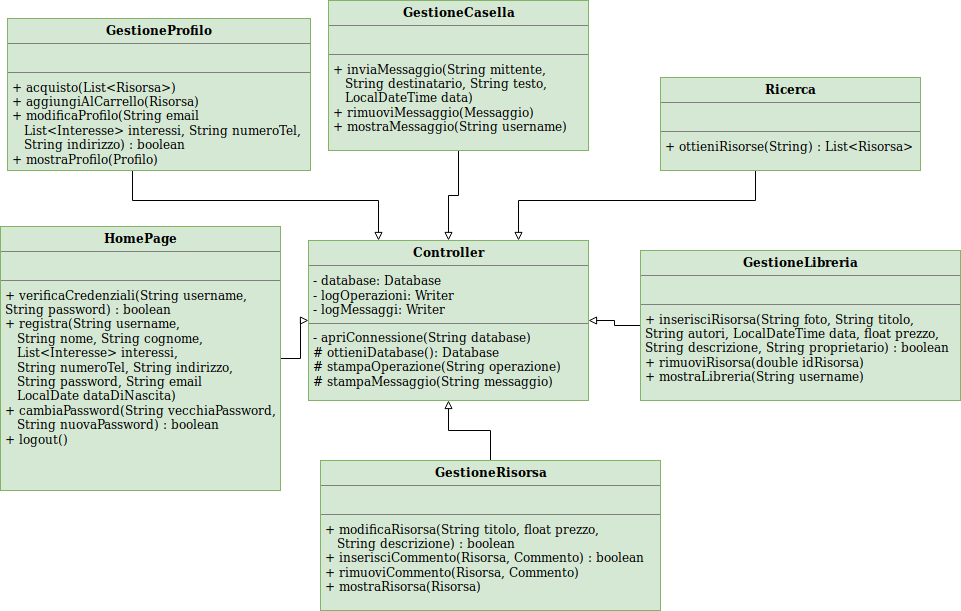
Before: Reingegnerizzazione/dettaglioServer.png, a diagram exported from draw.io (SundavarBlaka/Alexandria). Source tidied: cells renumbered, new cells last; positions are measured from the earlier drawing's top-left corner, leaving out a move shared by most shapes.
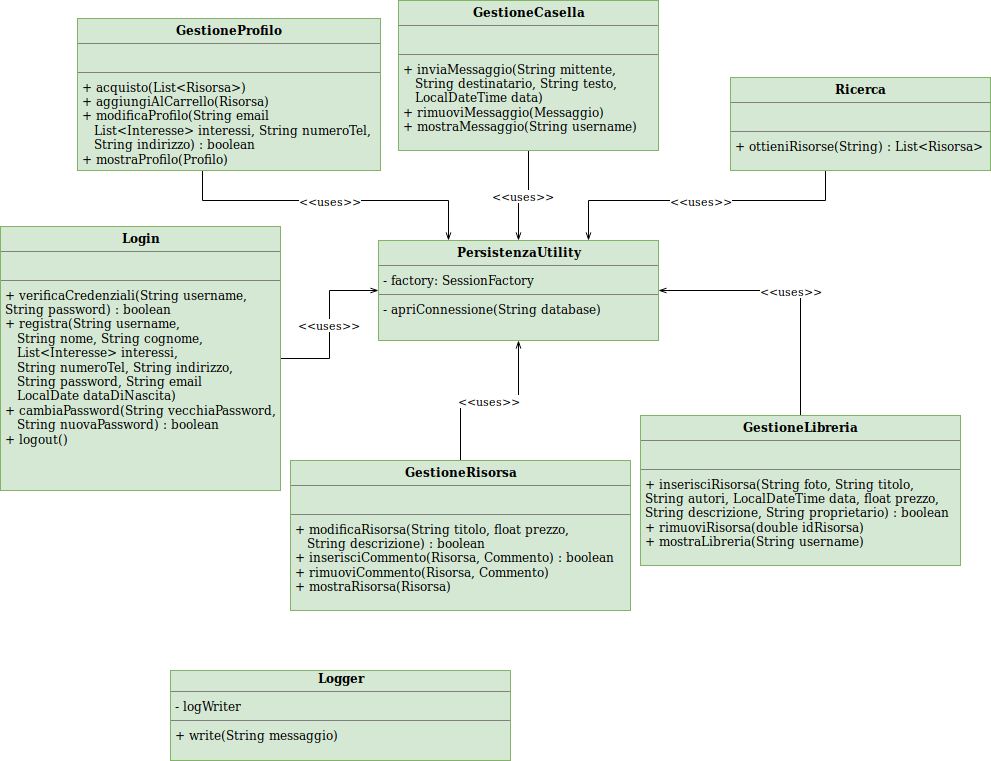
Above is the later version.

What changed in the source:
```diff
@@ -2,10 +2,10 @@
   <root>
     <mxCell id="0" />
     <mxCell id="1" parent="0" />
-    <mxCell id="2" value="&lt;p style=&quot;margin: 0px ; margin-top: 4px ; text-align: center&quot;&gt;&lt;b&gt;Controller&lt;/b&gt;&lt;/p&gt;&lt;hr size=&quot;1&quot;&gt;&lt;p style=&quot;margin: 0px ; margin-left: 4px&quot;&gt;- database: Database&lt;/p&gt;&lt;p style=&quot;margin: 0px ; margin-left: 4px&quot;&gt;- logOperazioni: Writer&lt;/p&gt;&lt;p style=&quot;margin: 0px ; margin-left: 4px&quot;&gt;- logMessaggi: Writer&lt;/p&gt;&lt;hr size=&quot;1&quot;&gt;&lt;p style=&quot;margin: 0px ; margin-left: 4px&quot;&gt;- apriConnessione(String database)&lt;/p&gt;&lt;p style=&quot;margin: 0px ; margin-left: 4px&quot;&gt;# ottieniDatabase(): Database&lt;/p&gt;&lt;p style=&quot;margin: 0px ; margin-left: 4px&quot;&gt;# stampaOperazione(String operazione)&lt;/p&gt;&lt;p style=&quot;margin: 0px ; margin-left: 4px&quot;&gt;# stampaMessaggio(String messaggio)&lt;/p&gt;" style="verticalAlign=top;align=left;overflow=fill;fontSize=12;fontFamily=Helvetica;html=1;fillColor=#d5e8d4;strokeColor=#82b366;" parent="1" vertex="1">
-      <mxGeometry x="308" y="240" width="280" height="160" as="geometry" />
+    <mxCell id="2" value="&lt;p style=&quot;margin: 0px ; margin-top: 4px ; text-align: center&quot;&gt;&lt;b&gt;PersistenzaUtility&lt;/b&gt;&lt;/p&gt;&lt;hr size=&quot;1&quot;&gt;&lt;p style=&quot;margin: 0px ; margin-left: 4px&quot;&gt;- factory: SessionFactory&lt;br&gt;&lt;/p&gt;&lt;hr size=&quot;1&quot;&gt;&lt;p style=&quot;margin: 0px ; margin-left: 4px&quot;&gt;- apriConnessione(String database)&lt;/p&gt;" style="verticalAlign=top;align=left;overflow=fill;fontSize=12;fontFamily=Helvetica;html=1;fillColor=#d5e8d4;strokeColor=#82b366;" parent="1" vertex="1">
+      <mxGeometry x="308" y="240" width="280" height="100" as="geometry" />
     </mxCell>
-    <mxCell id="3" style="edgeStyle=orthogonalEdgeStyle;rounded=0;jettySize=auto;html=1;entryX=0.75;entryY=0;entryDx=0;entryDy=0;endArrow=block;endFill=0;" parent="1" edge="1" source="4" target="2">
+    <mxCell id="3" value="&amp;lt;&amp;lt;uses&amp;gt;&amp;gt;" style="edgeStyle=orthogonalEdgeStyle;rounded=0;jettySize=auto;html=1;entryX=0.75;entryY=0;entryDx=0;entryDy=0;endArrow=openThin;endFill=0;" parent="1" edge="1" source="4" target="2">
       <mxGeometry relative="1" as="geometry">
         <Array as="points">
           <mxPoint x="755" y="200" />
@@ -16,13 +16,13 @@
     <mxCell id="4" value="&lt;p style=&quot;margin: 0px ; margin-top: 4px ; text-align: center&quot;&gt;&lt;b&gt;Ricerca&lt;/b&gt;&lt;/p&gt;&lt;hr size=&quot;1&quot;&gt;&lt;p style=&quot;margin: 0px ; margin-left: 4px&quot;&gt;&lt;br&gt;&lt;/p&gt;&lt;hr size=&quot;1&quot;&gt;&lt;p style=&quot;margin: 0px ; margin-left: 4px&quot;&gt;+ ottieniRisorse(String) : List&amp;lt;Risorsa&amp;gt;&lt;br&gt;&lt;/p&gt;" style="verticalAlign=top;align=left;overflow=fill;fontSize=12;fontFamily=Helvetica;html=1;fillColor=#d5e8d4;strokeColor=#82b366;" parent="1" vertex="1">
       <mxGeometry x="660" y="77" width="260" height="93" as="geometry" />
     </mxCell>
-    <mxCell id="5" style="edgeStyle=orthogonalEdgeStyle;rounded=0;jettySize=auto;html=1;endArrow=block;endFill=0;" parent="1" edge="1" source="6" target="2">
+    <mxCell id="5" value="&amp;lt;&amp;lt;uses&amp;gt;&amp;gt;" style="edgeStyle=orthogonalEdgeStyle;rounded=0;jettySize=auto;html=1;endArrow=openThin;endFill=0;" parent="1" edge="1" source="6" target="2">
       <mxGeometry relative="1" as="geometry" />
     </mxCell>
-    <mxCell id="6" value="&lt;p style=&quot;margin: 0px ; margin-top: 4px ; text-align: center&quot;&gt;&lt;b&gt;HomePage&lt;/b&gt;&lt;/p&gt;&lt;hr size=&quot;1&quot;&gt;&lt;p style=&quot;margin: 0px ; margin-left: 4px&quot;&gt;&lt;br&gt;&lt;/p&gt;&lt;hr size=&quot;1&quot;&gt;&lt;p style=&quot;margin: 0px ; margin-left: 4px&quot;&gt;+ verificaCredenziali(String username,&lt;/p&gt;&lt;p style=&quot;margin: 0px ; margin-left: 4px&quot;&gt;String password) : boolean&lt;br&gt;&lt;/p&gt;&lt;p style=&quot;margin: 0px ; margin-left: 4px&quot;&gt;&lt;span&gt;+ registra(String username, &lt;br&gt;&lt;/span&gt;&lt;/p&gt;&lt;p style=&quot;margin: 0px ; margin-left: 4px&quot;&gt;&lt;span&gt;&amp;nbsp;&amp;nbsp; String nome, String cognome, &lt;br&gt;&lt;/span&gt;&lt;/p&gt;&lt;p style=&quot;margin: 0px ; margin-left: 4px&quot;&gt;&lt;span&gt;&amp;nbsp;&amp;nbsp; List&amp;lt;Interesse&amp;gt; interessi,&lt;/span&gt;&lt;/p&gt;&lt;p style=&quot;margin: 0px ; margin-left: 4px&quot;&gt;&lt;span&gt;&amp;nbsp;&amp;nbsp; String numeroTel, String indirizzo, &lt;br&gt;&lt;/span&gt;&lt;/p&gt;&lt;p style=&quot;margin: 0px ; margin-left: 4px&quot;&gt;&lt;span&gt;&amp;nbsp;&amp;nbsp; String password, String email&lt;br&gt;&lt;/span&gt;&lt;/p&gt;&lt;p style=&quot;margin: 0px ; margin-left: 4px&quot;&gt;&lt;span&gt;&amp;nbsp;&amp;nbsp; LocalDate dataDiNascita)&lt;/span&gt;&lt;/p&gt;&lt;p style=&quot;margin: 0px ; margin-left: 4px&quot;&gt;+ cambiaPassword(String vecchiaPassword,&lt;/p&gt;&lt;p style=&quot;margin: 0px ; margin-left: 4px&quot;&gt;&amp;nbsp;&amp;nbsp; String nuovaPassword) : boolean&lt;br&gt;&lt;/p&gt;&lt;p style=&quot;margin: 0px ; margin-left: 4px&quot;&gt;+ logout()&lt;/p&gt;" style="verticalAlign=top;align=left;overflow=fill;fontSize=12;fontFamily=Helvetica;html=1;fillColor=#d5e8d4;strokeColor=#82b366;" parent="1" vertex="1">
-      <mxGeometry y="226" width="280" height="264" as="geometry" />
+    <mxCell id="6" value="&lt;p style=&quot;margin: 0px ; margin-top: 4px ; text-align: center&quot;&gt;&lt;b&gt;Login&lt;/b&gt;&lt;/p&gt;&lt;hr size=&quot;1&quot;&gt;&lt;p style=&quot;margin: 0px ; margin-left: 4px&quot;&gt;&lt;br&gt;&lt;/p&gt;&lt;hr size=&quot;1&quot;&gt;&lt;p style=&quot;margin: 0px ; margin-left: 4px&quot;&gt;+ verificaCredenziali(String username,&lt;/p&gt;&lt;p style=&quot;margin: 0px ; margin-left: 4px&quot;&gt;String password) : boolean&lt;br&gt;&lt;/p&gt;&lt;p style=&quot;margin: 0px ; margin-left: 4px&quot;&gt;&lt;span&gt;+ registra(String username, &lt;br&gt;&lt;/span&gt;&lt;/p&gt;&lt;p style=&quot;margin: 0px ; margin-left: 4px&quot;&gt;&lt;span&gt;&amp;nbsp;&amp;nbsp; String nome, String cognome, &lt;br&gt;&lt;/span&gt;&lt;/p&gt;&lt;p style=&quot;margin: 0px ; margin-left: 4px&quot;&gt;&lt;span&gt;&amp;nbsp;&amp;nbsp; List&amp;lt;Interesse&amp;gt; interessi,&lt;/span&gt;&lt;/p&gt;&lt;p style=&quot;margin: 0px ; margin-left: 4px&quot;&gt;&lt;span&gt;&amp;nbsp;&amp;nbsp; String numeroTel, String indirizzo, &lt;br&gt;&lt;/span&gt;&lt;/p&gt;&lt;p style=&quot;margin: 0px ; margin-left: 4px&quot;&gt;&lt;span&gt;&amp;nbsp;&amp;nbsp; String password, String email&lt;br&gt;&lt;/span&gt;&lt;/p&gt;&lt;p style=&quot;margin: 0px ; margin-left: 4px&quot;&gt;&lt;span&gt;&amp;nbsp;&amp;nbsp; LocalDate dataDiNascita)&lt;/span&gt;&lt;/p&gt;&lt;p style=&quot;margin: 0px ; margin-left: 4px&quot;&gt;+ cambiaPassword(String vecchiaPassword,&lt;/p&gt;&lt;p style=&quot;margin: 0px ; margin-left: 4px&quot;&gt;&amp;nbsp;&amp;nbsp; String nuovaPassword) : boolean&lt;br&gt;&lt;/p&gt;&lt;p style=&quot;margin: 0px ; margin-left: 4px&quot;&gt;+ logout()&lt;/p&gt;" style="verticalAlign=top;align=left;overflow=fill;fontSize=12;fontFamily=Helvetica;html=1;fillColor=#d5e8d4;strokeColor=#82b366;" parent="1" vertex="1">
+      <mxGeometry x="-70" y="226" width="280" height="264" as="geometry" />
     </mxCell>
-    <mxCell id="7" style="edgeStyle=orthogonalEdgeStyle;rounded=0;jettySize=auto;html=1;entryX=0.25;entryY=0;entryDx=0;entryDy=0;endArrow=block;endFill=0;" parent="1" edge="1" source="8" target="2">
+    <mxCell id="7" value="&amp;lt;&amp;lt;uses&amp;gt;&amp;gt;" style="edgeStyle=orthogonalEdgeStyle;rounded=0;jettySize=auto;html=1;entryX=0.25;entryY=0;entryDx=0;entryDy=0;endArrow=openThin;endFill=0;" parent="1" edge="1" source="8" target="2">
       <mxGeometry relative="1" as="geometry">
         <Array as="points">
           <mxPoint x="132" y="200" />
@@ -33,23 +33,26 @@
     <mxCell id="8" value="&lt;p style=&quot;margin: 0px ; margin-top: 4px ; text-align: center&quot;&gt;&lt;b&gt;GestioneProfilo&lt;/b&gt;&lt;/p&gt;&lt;hr size=&quot;1&quot;&gt;&lt;p style=&quot;margin: 0px ; margin-left: 4px&quot;&gt;&lt;br&gt;&lt;/p&gt;&lt;hr size=&quot;1&quot;&gt;&lt;p style=&quot;margin: 0px ; margin-left: 4px&quot;&gt;+ acquisto(List&amp;lt;Risorsa&amp;gt;)&lt;/p&gt;&lt;p style=&quot;margin: 0px ; margin-left: 4px&quot;&gt;+ aggiungiAlCarrello(Risorsa)&lt;/p&gt;&lt;p style=&quot;margin: 0px ; margin-left: 4px&quot;&gt;+ modificaProfilo(String email&amp;nbsp;&lt;/p&gt;&lt;p style=&quot;margin: 0px ; margin-left: 4px&quot;&gt;&amp;nbsp;&amp;nbsp; List&amp;lt;Interesse&amp;gt; interessi, String numeroTel,&lt;/p&gt;&lt;p style=&quot;margin: 0px ; margin-left: 4px&quot;&gt;&amp;nbsp;&amp;nbsp; String indirizzo) : boolean&lt;/p&gt;&lt;p style=&quot;margin: 0px ; margin-left: 4px&quot;&gt;+ mostraProfilo(Profilo)&lt;/p&gt;" style="verticalAlign=top;align=left;overflow=fill;fontSize=12;fontFamily=Helvetica;html=1;fillColor=#d5e8d4;strokeColor=#82b366;" parent="1" vertex="1">
       <mxGeometry x="7" y="18" width="303" height="152" as="geometry" />
     </mxCell>
-    <mxCell id="9" style="edgeStyle=orthogonalEdgeStyle;rounded=0;jettySize=auto;html=1;endArrow=block;endFill=0;" parent="1" edge="1" source="10" target="2">
+    <mxCell id="9" value="&amp;lt;&amp;lt;uses&amp;gt;&amp;gt;" style="edgeStyle=orthogonalEdgeStyle;rounded=0;jettySize=auto;html=1;endArrow=openThin;endFill=0;" parent="1" edge="1" source="10" target="2">
       <mxGeometry relative="1" as="geometry" />
     </mxCell>
     <mxCell id="10" value="&lt;p style=&quot;margin: 0px ; margin-top: 4px ; text-align: center&quot;&gt;&lt;b&gt;GestioneCasella&lt;/b&gt;&lt;/p&gt;&lt;hr size=&quot;1&quot;&gt;&lt;p style=&quot;margin: 0px ; margin-left: 4px&quot;&gt;&lt;br&gt;&lt;/p&gt;&lt;hr size=&quot;1&quot;&gt;&lt;p style=&quot;margin: 0px ; margin-left: 4px&quot;&gt;+ inviaMessaggio(String mittente,&amp;nbsp;&lt;/p&gt;&lt;p style=&quot;margin: 0px ; margin-left: 4px&quot;&gt;&amp;nbsp;&amp;nbsp; String destinatario, String testo,&lt;/p&gt;&lt;p style=&quot;margin: 0px ; margin-left: 4px&quot;&gt;&amp;nbsp;&amp;nbsp; LocalDateTime data)&lt;/p&gt;&lt;p style=&quot;margin: 0px ; margin-left: 4px&quot;&gt;+ rimuoviMessaggio(Messaggio)&lt;/p&gt;&lt;p style=&quot;margin: 0px ; margin-left: 4px&quot;&gt;+ mostraMessaggio(String username)&lt;/p&gt;" style="verticalAlign=top;align=left;overflow=fill;fontSize=12;fontFamily=Helvetica;html=1;fillColor=#d5e8d4;strokeColor=#82b366;" parent="1" vertex="1">
       <mxGeometry x="328" width="260" height="150" as="geometry" />
     </mxCell>
-    <mxCell id="11" style="edgeStyle=orthogonalEdgeStyle;rounded=0;jettySize=auto;html=1;endArrow=block;endFill=0;" parent="1" edge="1" source="12" target="2">
+    <mxCell id="11" value="&amp;lt;&amp;lt;uses&amp;gt;&amp;gt;" style="edgeStyle=orthogonalEdgeStyle;rounded=0;jettySize=auto;html=1;endArrow=openThin;endFill=0;" parent="1" edge="1" source="12" target="2">
       <mxGeometry relative="1" as="geometry" />
     </mxCell>
     <mxCell id="12" value="&lt;p style=&quot;margin: 0px ; margin-top: 4px ; text-align: center&quot;&gt;&lt;b&gt;GestioneRisorsa&lt;/b&gt;&lt;/p&gt;&lt;hr size=&quot;1&quot;&gt;&lt;p style=&quot;margin: 0px ; margin-left: 4px&quot;&gt;&lt;br&gt;&lt;/p&gt;&lt;hr size=&quot;1&quot;&gt;&lt;p style=&quot;margin: 0px ; margin-left: 4px&quot;&gt;+ modificaRisorsa(String titolo, float prezzo,&lt;/p&gt;&lt;p style=&quot;margin: 0px ; margin-left: 4px&quot;&gt;&amp;nbsp;&amp;nbsp; String descrizione) : boolean&lt;br&gt;&lt;/p&gt;&lt;p style=&quot;margin: 0px ; margin-left: 4px&quot;&gt;+ inserisciCommento(Risorsa, Commento) : boolean&lt;br&gt;&lt;/p&gt;&lt;p style=&quot;margin: 0px ; margin-left: 4px&quot;&gt;+ rimuoviCommento(Risorsa, Commento)&lt;/p&gt;&lt;p style=&quot;margin: 0px ; margin-left: 4px&quot;&gt;+ mostraRisorsa(Risorsa)&lt;/p&gt;" style="verticalAlign=top;align=left;overflow=fill;fontSize=12;fontFamily=Helvetica;html=1;fillColor=#d5e8d4;strokeColor=#82b366;" parent="1" vertex="1">
-      <mxGeometry x="320" y="460" width="340" height="150" as="geometry" />
+      <mxGeometry x="220" y="460" width="340" height="150" as="geometry" />
     </mxCell>
-    <mxCell id="13" style="edgeStyle=orthogonalEdgeStyle;rounded=0;jettySize=auto;html=1;entryX=1;entryY=0.5;entryDx=0;entryDy=0;endArrow=block;endFill=0;" parent="1" edge="1" source="14" target="2">
+    <mxCell id="13" value="&amp;lt;&amp;lt;uses&amp;gt;&amp;gt;" style="edgeStyle=orthogonalEdgeStyle;rounded=0;jettySize=auto;html=1;entryX=1;entryY=0.5;entryDx=0;entryDy=0;endArrow=openThin;endFill=0;" parent="1" edge="1" source="14" target="2">
       <mxGeometry relative="1" as="geometry" />
     </mxCell>
     <mxCell id="14" value="&lt;p style=&quot;margin: 0px ; margin-top: 4px ; text-align: center&quot;&gt;&lt;b&gt;GestioneLibreria&lt;/b&gt;&lt;/p&gt;&lt;hr size=&quot;1&quot;&gt;&lt;p style=&quot;margin: 0px ; margin-left: 4px&quot;&gt;&lt;br&gt;&lt;/p&gt;&lt;hr size=&quot;1&quot;&gt;&lt;p style=&quot;margin: 0px ; margin-left: 4px&quot;&gt;+ inserisciRisorsa(String foto, String titolo,&lt;/p&gt;&lt;p style=&quot;margin: 0px ; margin-left: 4px&quot;&gt;String autori, LocalDateTime data, float prezzo,&lt;/p&gt;&lt;p style=&quot;margin: 0px ; margin-left: 4px&quot;&gt;String descrizione, String proprietario) : boolean&lt;br&gt;&lt;/p&gt;&lt;p style=&quot;margin: 0px ; margin-left: 4px&quot;&gt;+ rimuoviRisorsa(double idRisorsa)&lt;/p&gt;&lt;p style=&quot;margin: 0px ; margin-left: 4px&quot;&gt;+ mostraLibreria(String username)&lt;/p&gt;" style="verticalAlign=top;align=left;overflow=fill;fontSize=12;fontFamily=Helvetica;html=1;fillColor=#d5e8d4;strokeColor=#82b366;" parent="1" vertex="1">
-      <mxGeometry x="640" y="250" width="320" height="150" as="geometry" />
+      <mxGeometry x="570" y="415" width="320" height="150" as="geometry" />
     </mxCell>
+    <mxCell id="15" value="&lt;div align=&quot;center&quot;&gt;&lt;b&gt;Logger&lt;/b&gt;&lt;/div&gt;&lt;hr size=&quot;1&quot;&gt;&lt;p style=&quot;margin: 0px ; margin-left: 4px&quot;&gt;- logWriter&lt;br&gt;&lt;/p&gt;&lt;hr size=&quot;1&quot;&gt;&lt;p style=&quot;margin: 0px ; margin-left: 4px&quot;&gt;+ write(String messaggio)&lt;br&gt;&lt;/p&gt;" style="verticalAlign=top;align=left;overflow=fill;fontSize=12;fontFamily=Helvetica;html=1;fillColor=#d5e8d4;strokeColor=#82b366;" parent="1" vertex="1">
+      <mxGeometry x="100" y="670" width="340" height="90" as="geometry" />
+    </mxCell>
   </root>
 </mxGraphModel>
```
